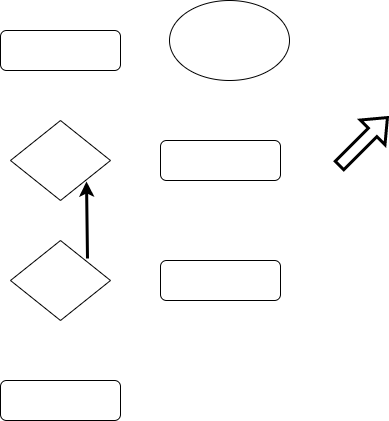
This is src/images/probaabra.png from tornyilaci/Diagram-szkenel-se, a draw.io export, as it was before one commit. Source tidied: cells renumbered, new cells last; positions are measured from the earlier drawing's top-left corner, leaving out a move shared by most shapes.
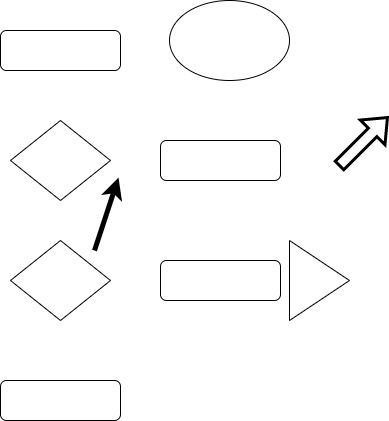
Above is the later version.

Diff of the diagram source:
```diff
@@ -23,9 +23,10 @@
     <mxCell id="8" style="ellipse;whiteSpace=wrap;html=1;" parent="1" vertex="1">
       <mxGeometry x="169" width="120" height="80" as="geometry" />
     </mxCell>
-    <mxCell id="9" style="endArrow=classic;html=1;rounded=0;strokeWidth=3;entryX=0.76;entryY=0.762;entryDx=0;entryDy=0;entryPerimeter=0;" parent="1" edge="1" target="3">
+    <mxCell id="9" style="endArrow=classic;html=1;rounded=0;strokeWidth=5;" parent="1" edge="1">
       <mxGeometry relative="1" as="geometry">
-        <mxPoint x="87" y="258" as="sourcePoint" />
+        <mxPoint x="94" y="250" as="sourcePoint" />
+        <mxPoint x="118" y="177" as="targetPoint" />
       </mxGeometry>
     </mxCell>
     <mxCell id="10" style="shape=flexArrow;endArrow=classic;html=1;rounded=0;strokeWidth=3;" parent="1" edge="1">
@@ -34,5 +35,8 @@
         <mxPoint x="388" y="116" as="targetPoint" />
       </mxGeometry>
     </mxCell>
+    <mxCell id="11" style="triangle;whiteSpace=wrap;html=1;" parent="1" vertex="1">
+      <mxGeometry x="289" y="240" width="60" height="80" as="geometry" />
+    </mxCell>
   </root>
 </mxGraphModel>
```
